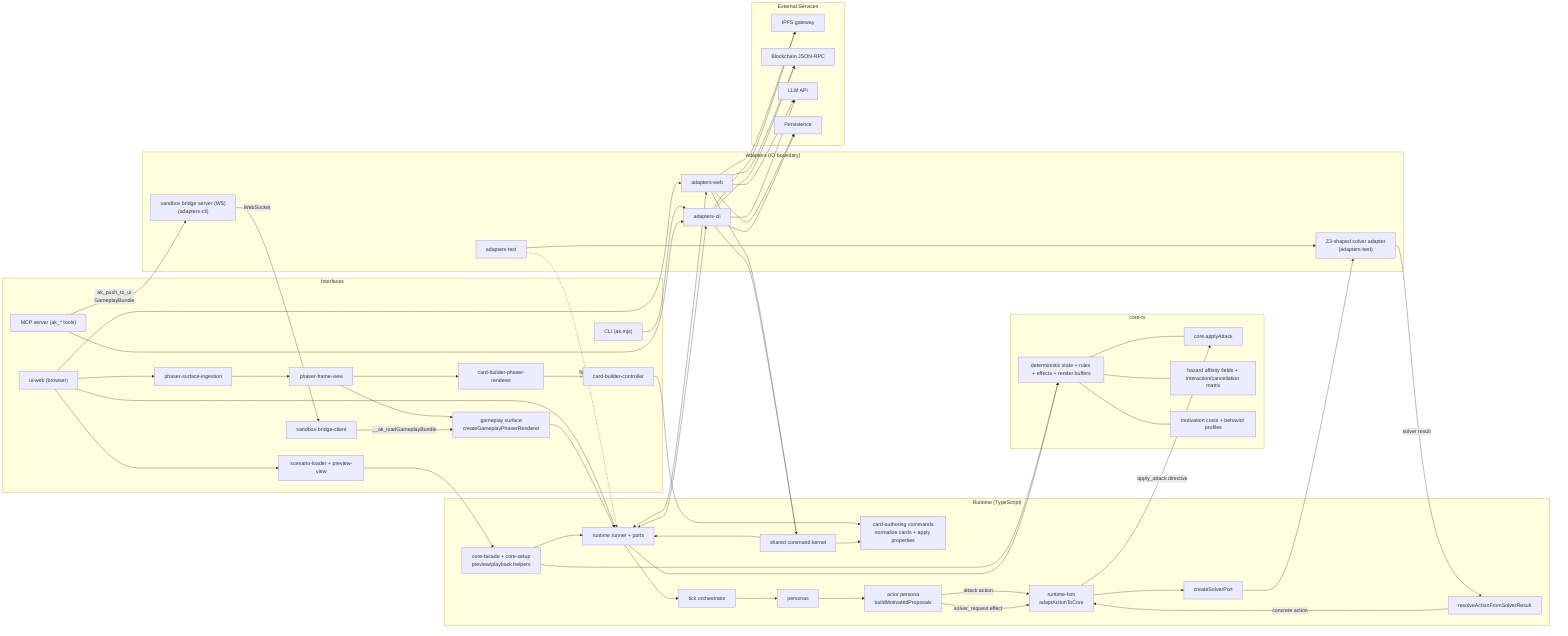
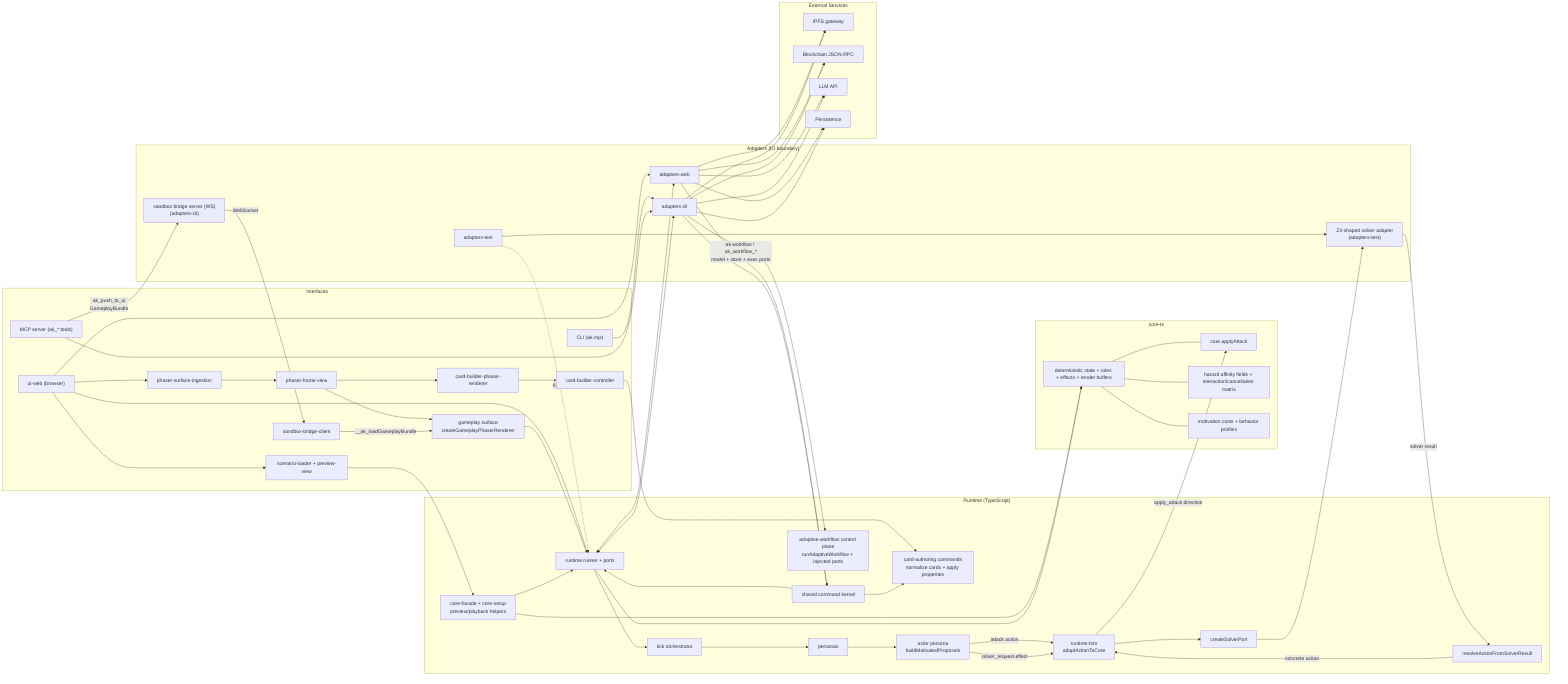
%% Architecture overview (Ports & Adapters)
flowchart LR
  subgraph Interfaces["Interfaces"]
    UIWeb["ui-web (browser)"]
    PhaserFrame["phaser-frame-view"]
    CardBuilderRenderer["card-builder-phaser-renderer"]
    CardBuilderController["card-builder-controller"]
    GameplaySurface["gameplay surface\ncreateGameplayPhaserRenderer"]
    PhaserIngestion["phaser-surface-ingestion"]
    ScenarioLoader["scenario-loader + preview-view"]
    BridgeClient["sandbox-bridge-client"]
    CLI["CLI (ak.mjs)"]
    MCP["MCP server (ak_* tools)"]
  end

  subgraph Runtime["Runtime (TypeScript)"]
    CommandKernel["shared command kernel"]
    CardAuthoring["card-authoring commands\nnormalize cards + apply properties"]
    RuntimePorts["runtime runner + ports"]
+     AdaptiveRunner["adaptive-workflow control plane\nrunAdaptiveWorkflow + injected ports"]
    CoreFacade["core-facade + core-setup\npreview/playback helpers"]
    TickOrch["tick orchestrator"]
    Personas["personas"]
    ActorPersona["actor persona\nbuildMotivatedProposals"]
    RuntimeFSM["runtime-fsm\nadaptActionToCore"]
    SolverPort["createSolverPort"]
    SolverResolver["resolveActionFromSolverResult"]
  end

  subgraph Core["core-ts"]
    CoreEngine["deterministic state + rules + effects + render buffers"]
    CombatCore["core.applyAttack"]
    AffinityCore["hazard affinity fields + interaction/cancellation matrix"]
    MotivationCore["motivation costs + behavior profiles"]
    CoreEngine --- AffinityCore
    CoreEngine --- MotivationCore
    CoreEngine --- CombatCore
  end

  subgraph Adapters["Adapters (IO boundary)"]
    AWeb["adapters-web"]
    ACli["adapters-cli"]
    ATest["adapters-test"]
    Z3Adapter["Z3-shaped solver adapter\n(adapters-test)"]
    BridgeServer["sandbox bridge server (WS)\n(adapters-cli)"]
  end

  subgraph External["External Services"]
    IPFS["IPFS gateway"]
    Chain["Blockchain JSON-RPC"]
    LLM["LLM API"]
    Storage["Persistence"]
  end

  UIWeb --> RuntimePorts
  UIWeb --> AWeb
  UIWeb --> PhaserIngestion
  PhaserIngestion --> PhaserFrame
  PhaserFrame --> CardBuilderRenderer
  CardBuilderRenderer --> CardBuilderController
  CardBuilderController --> CardAuthoring
  PhaserFrame --> GameplaySurface
  GameplaySurface --> RuntimePorts
  ScenarioLoader --> CoreFacade
  UIWeb --> ScenarioLoader
  CLI --> ACli
  MCP --> ACli
+   ACli -- "ak workflow / ak_workflow_*\nmodel + store + exec ports" --> AdaptiveRunner
  MCP -- "ak_push_to_ui\nGameplayBundle" --> BridgeServer
  BridgeServer -- "WebSocket" --> BridgeClient
  BridgeClient -- "__ak_loadGameplayBundle" --> GameplaySurface
  AWeb --> CommandKernel
  ACli --> CommandKernel
  CommandKernel --> CardAuthoring
  CommandKernel --> RuntimePorts
  CoreFacade --> RuntimePorts
  CoreFacade --> CoreEngine
  RuntimePorts --> TickOrch
  TickOrch --> Personas
  RuntimePorts --> CoreEngine
  Personas --> ActorPersona
  ActorPersona -- "attack action" --> RuntimeFSM
  RuntimeFSM -- "apply_attack directive" --> CombatCore
  ActorPersona -- "solver_request effect" --> RuntimeFSM
  RuntimeFSM --> SolverPort
  SolverPort --> Z3Adapter
  Z3Adapter -- "solver result" --> SolverResolver
  SolverResolver -- "concrete action" --> RuntimeFSM

  RuntimePorts <--> AWeb
  RuntimePorts <--> ACli
  ATest -.fixtures.-> RuntimePorts
  ATest --> Z3Adapter

  AWeb --> IPFS
  AWeb --> Chain
  AWeb --> LLM
  AWeb --> Storage
  ACli --> IPFS
  ACli --> Chain
  ACli --> LLM
  ACli --> Storage
